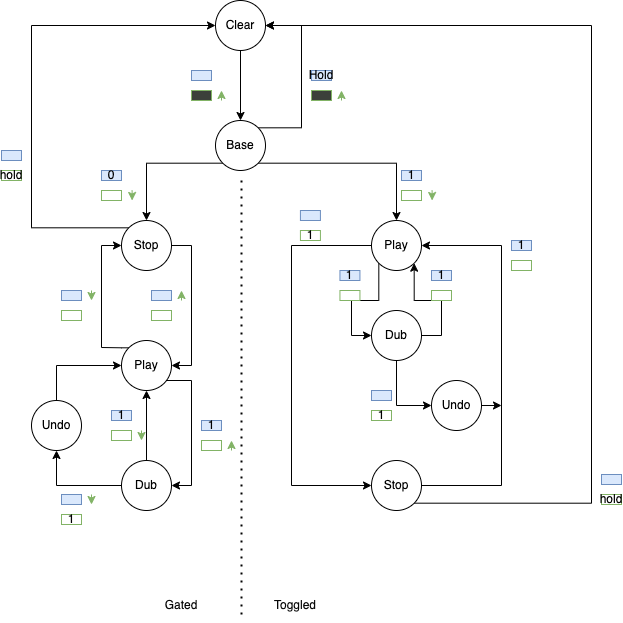
purewack/minim-pd keeps this draw.io diagram as minim_states.drawio.png. Above is the earlier version. Source tidied: cells renumbered, new cells last; positions are measured from the earlier drawing's top-left corner, leaving out a move shared by most shapes.
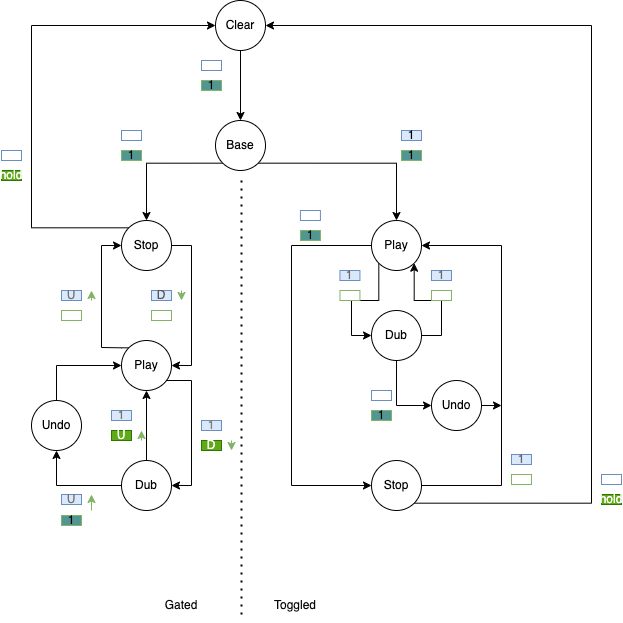
After the commit.

Commit message:
[rc505] update states diagram

Diff of the diagram source:
```diff
@@ -14,14 +14,6 @@
     <mxCell id="5" style="edgeStyle=orthogonalEdgeStyle;rounded=0;jettySize=auto;html=1;exitX=1;exitY=1;exitDx=0;exitDy=0;" parent="1" edge="1" source="7" target="13">
       <mxGeometry relative="1" as="geometry" />
     </mxCell>
-    <mxCell id="6" style="edgeStyle=orthogonalEdgeStyle;rounded=0;jettySize=auto;html=1;exitX=1;exitY=0;exitDx=0;exitDy=0;entryX=1;entryY=0.5;entryDx=0;entryDy=0;fontColor=#080808;" parent="1" edge="1" source="7" target="3">
-      <mxGeometry relative="1" as="geometry">
-        <Array as="points">
-          <mxPoint x="300" y="127" />
-          <mxPoint x="300" y="25" />
-        </Array>
-      </mxGeometry>
-    </mxCell>
     <mxCell id="7" value="Base&lt;br&gt;" style="ellipse;whiteSpace=wrap;html=1;" parent="1" vertex="1">
       <mxGeometry x="214" y="120" width="50" height="50" as="geometry" />
     </mxCell>
@@ -123,61 +115,34 @@
     <mxCell id="25" value="Dub" style="ellipse;whiteSpace=wrap;html=1;" parent="1" vertex="1">
       <mxGeometry x="120" y="460" width="50" height="50" as="geometry" />
     </mxCell>
-    <mxCell id="26" style="rounded=0;whiteSpace=wrap;html=1;fillColor=#dae8fc;strokeColor=#6c8ebf;" parent="1" vertex="1">
-      <mxGeometry x="190" y="70" width="20" height="10" as="geometry" />
+    <mxCell id="26" style="rounded=0;whiteSpace=wrap;html=1;fillColor=none;strokeColor=#6c8ebf;" parent="1" vertex="1">
+      <mxGeometry x="200" y="60" width="20" height="10" as="geometry" />
     </mxCell>
-    <mxCell id="27" style="rounded=0;whiteSpace=wrap;html=1;fillColor=#3B403A;strokeColor=#82b366;" parent="1" vertex="1">
-      <mxGeometry x="190" y="90" width="20" height="10" as="geometry" />
-    </mxCell>
-    <mxCell id="28" style="endArrow=classic;html=1;rounded=0;fillColor=#d5e8d4;strokeColor=#82b366;" parent="1" edge="1">
-      <mxGeometry relative="1" as="geometry">
-        <mxPoint x="220" y="100" as="sourcePoint" />
-        <mxPoint x="220" y="90" as="targetPoint" />
-      </mxGeometry>
-    </mxCell>
-    <mxCell id="29" value="0" style="rounded=0;whiteSpace=wrap;html=1;fillColor=#dae8fc;strokeColor=#6c8ebf;" parent="1" vertex="1">
-      <mxGeometry x="100" y="170" width="20" height="10" as="geometry" />
+    <mxCell id="29" style="rounded=0;whiteSpace=wrap;html=1;fillColor=none;strokeColor=#6c8ebf;" parent="1" vertex="1">
+      <mxGeometry x="120" y="130" width="20" height="10" as="geometry" />
     </mxCell>
-    <mxCell id="30" style="rounded=0;whiteSpace=wrap;html=1;fillColor=none;strokeColor=#82b366;" parent="1" vertex="1">
-      <mxGeometry x="100" y="190" width="20" height="10" as="geometry" />
-    </mxCell>
-    <mxCell id="31" style="endArrow=classic;html=1;rounded=0;fillColor=#d5e8d4;strokeColor=#82b366;" parent="1" edge="1">
-      <mxGeometry relative="1" as="geometry">
-        <mxPoint x="130.6" y="190" as="sourcePoint" />
-        <mxPoint x="130.6" y="200" as="targetPoint" />
-      </mxGeometry>
-    </mxCell>
-    <mxCell id="32" style="rounded=0;whiteSpace=wrap;html=1;fillColor=none;strokeColor=#82b366;" parent="1" vertex="1">
-      <mxGeometry x="400" y="190" width="20" height="10" as="geometry" />
-    </mxCell>
-    <mxCell id="33" style="endArrow=classic;html=1;rounded=0;fillColor=#d5e8d4;strokeColor=#82b366;" parent="1" edge="1">
-      <mxGeometry relative="1" as="geometry">
-        <mxPoint x="430.6" y="190" as="sourcePoint" />
-        <mxPoint x="430.6" y="200" as="targetPoint" />
-      </mxGeometry>
-    </mxCell>
     <mxCell id="34" style="endArrow=classic;html=1;rounded=0;fillColor=#d5e8d4;strokeColor=#82b366;" parent="1" edge="1">
       <mxGeometry relative="1" as="geometry">
-        <mxPoint x="180" y="300" as="sourcePoint" />
-        <mxPoint x="180" y="290" as="targetPoint" />
+        <mxPoint x="180" y="290" as="sourcePoint" />
+        <mxPoint x="180" y="300" as="targetPoint" />
       </mxGeometry>
     </mxCell>
     <mxCell id="35" style="rounded=0;whiteSpace=wrap;html=1;fillColor=none;strokeColor=#82b366;" parent="1" vertex="1">
       <mxGeometry x="150" y="310" width="20" height="10" as="geometry" />
     </mxCell>
-    <mxCell id="36" style="rounded=0;whiteSpace=wrap;html=1;fillColor=#dae8fc;strokeColor=#6c8ebf;" parent="1" vertex="1">
+    <mxCell id="36" value="D" style="rounded=0;whiteSpace=wrap;html=1;fillColor=#dae8fc;strokeColor=#6c8ebf;fontColor=#575757;" parent="1" vertex="1">
       <mxGeometry x="150" y="290" width="20" height="10" as="geometry" />
     </mxCell>
     <mxCell id="37" style="endArrow=classic;html=1;rounded=0;fillColor=#d5e8d4;strokeColor=#82b366;" parent="1" edge="1">
       <mxGeometry relative="1" as="geometry">
-        <mxPoint x="90" y="290" as="sourcePoint" />
-        <mxPoint x="90" y="300" as="targetPoint" />
+        <mxPoint x="90" y="300" as="sourcePoint" />
+        <mxPoint x="90" y="290" as="targetPoint" />
       </mxGeometry>
     </mxCell>
     <mxCell id="38" style="rounded=0;whiteSpace=wrap;html=1;fillColor=none;strokeColor=#82b366;" parent="1" vertex="1">
       <mxGeometry x="60" y="310" width="20" height="10" as="geometry" />
     </mxCell>
-    <mxCell id="39" style="rounded=0;whiteSpace=wrap;html=1;fillColor=#dae8fc;strokeColor=#6c8ebf;" parent="1" vertex="1">
+    <mxCell id="39" value="U" style="rounded=0;whiteSpace=wrap;html=1;fillColor=#dae8fc;strokeColor=#6c8ebf;fontColor=#757575;" parent="1" vertex="1">
       <mxGeometry x="60" y="290" width="20" height="10" as="geometry" />
     </mxCell>
     <mxCell id="40" style="edgeStyle=orthogonalEdgeStyle;rounded=0;jettySize=auto;html=1;exitX=0.5;exitY=0;exitDx=0;exitDy=0;entryX=0;entryY=0.5;entryDx=0;entryDy=0;fontColor=#080808;" parent="1" edge="1" source="41" target="22">
@@ -192,77 +157,62 @@
     </mxCell>
     <mxCell id="42" style="endArrow=classic;html=1;rounded=0;fillColor=#d5e8d4;strokeColor=#82b366;" parent="1" edge="1">
       <mxGeometry relative="1" as="geometry">
-        <mxPoint x="230" y="450" as="sourcePoint" />
-        <mxPoint x="230" y="440" as="targetPoint" />
+        <mxPoint x="230" y="440" as="sourcePoint" />
+        <mxPoint x="230" y="450" as="targetPoint" />
       </mxGeometry>
     </mxCell>
-    <mxCell id="43" style="rounded=0;whiteSpace=wrap;html=1;fillColor=none;strokeColor=#82b366;" parent="1" vertex="1">
+    <mxCell id="43" value="D" style="rounded=0;whiteSpace=wrap;html=1;fillColor=#60a917;strokeColor=#2D7600;fontColor=#ffffff;" parent="1" vertex="1">
       <mxGeometry x="200" y="440" width="20" height="10" as="geometry" />
     </mxCell>
-    <mxCell id="44" value="1" style="rounded=0;whiteSpace=wrap;html=1;fillColor=#dae8fc;strokeColor=#6c8ebf;" parent="1" vertex="1">
+    <mxCell id="44" value="1" style="rounded=0;whiteSpace=wrap;html=1;fillColor=#dae8fc;strokeColor=#6c8ebf;fontColor=#808080;" parent="1" vertex="1">
       <mxGeometry x="200" y="420" width="20" height="10" as="geometry" />
     </mxCell>
     <mxCell id="45" style="endArrow=classic;html=1;rounded=0;fillColor=#d5e8d4;strokeColor=#82b366;" parent="1" edge="1">
       <mxGeometry relative="1" as="geometry">
-        <mxPoint x="140" y="430" as="sourcePoint" />
-        <mxPoint x="140" y="440" as="targetPoint" />
+        <mxPoint x="140" y="440" as="sourcePoint" />
+        <mxPoint x="140" y="430" as="targetPoint" />
       </mxGeometry>
     </mxCell>
-    <mxCell id="46" style="rounded=0;whiteSpace=wrap;html=1;fillColor=none;strokeColor=#82b366;" parent="1" vertex="1">
+    <mxCell id="46" value="U" style="rounded=0;whiteSpace=wrap;html=1;fillColor=#60a917;strokeColor=#2D7600;fontColor=#ffffff;" parent="1" vertex="1">
       <mxGeometry x="110" y="430" width="20" height="10" as="geometry" />
     </mxCell>
-    <mxCell id="47" value="1" style="rounded=0;whiteSpace=wrap;html=1;fillColor=#dae8fc;strokeColor=#6c8ebf;" parent="1" vertex="1">
+    <mxCell id="47" value="&lt;font color=&quot;#737373&quot;&gt;1&lt;/font&gt;" style="rounded=0;whiteSpace=wrap;html=1;fillColor=#dae8fc;strokeColor=#6c8ebf;" parent="1" vertex="1">
       <mxGeometry x="110" y="410" width="20" height="10" as="geometry" />
     </mxCell>
-    <mxCell id="48" value="1" style="rounded=0;whiteSpace=wrap;html=1;fillColor=none;strokeColor=#82b366;" parent="1" vertex="1">
-      <mxGeometry x="60" y="514" width="20" height="10" as="geometry" />
-    </mxCell>
-    <mxCell id="49" style="rounded=0;whiteSpace=wrap;html=1;fillColor=#dae8fc;strokeColor=#6c8ebf;" parent="1" vertex="1">
+    <mxCell id="49" value="U" style="rounded=0;whiteSpace=wrap;html=1;fillColor=#dae8fc;strokeColor=#6c8ebf;fontColor=#737373;" parent="1" vertex="1">
       <mxGeometry x="60" y="494" width="20" height="10" as="geometry" />
     </mxCell>
     <mxCell id="50" style="endArrow=classic;html=1;rounded=0;fillColor=#d5e8d4;strokeColor=#82b366;" parent="1" edge="1">
       <mxGeometry relative="1" as="geometry">
-        <mxPoint x="90" y="494" as="sourcePoint" />
-        <mxPoint x="90" y="504" as="targetPoint" />
+        <mxPoint x="90" y="510" as="sourcePoint" />
+        <mxPoint x="90" y="494" as="targetPoint" />
       </mxGeometry>
     </mxCell>
     <mxCell id="51" value="1" style="rounded=0;whiteSpace=wrap;html=1;fillColor=#dae8fc;strokeColor=#6c8ebf;" parent="1" vertex="1">
-      <mxGeometry x="400" y="170" width="20" height="10" as="geometry" />
+      <mxGeometry x="400" y="130" width="20" height="10" as="geometry" />
     </mxCell>
-    <mxCell id="52" value="Hold" style="rounded=0;whiteSpace=wrap;html=1;fillColor=#dae8fc;strokeColor=#6c8ebf;" parent="1" vertex="1">
-      <mxGeometry x="310" y="70" width="20" height="10" as="geometry" />
-    </mxCell>
-    <mxCell id="53" style="rounded=0;whiteSpace=wrap;html=1;fillColor=#3B403A;strokeColor=#82b366;" parent="1" vertex="1">
-      <mxGeometry x="310" y="90" width="20" height="10" as="geometry" />
-    </mxCell>
-    <mxCell id="54" style="endArrow=classic;html=1;rounded=0;fillColor=#d5e8d4;strokeColor=#82b366;" parent="1" edge="1">
-      <mxGeometry relative="1" as="geometry">
-        <mxPoint x="340" y="100" as="sourcePoint" />
-        <mxPoint x="340" y="90" as="targetPoint" />
-      </mxGeometry>
-    </mxCell>
     <mxCell id="55" style="rounded=0;whiteSpace=wrap;html=1;fillColor=none;strokeColor=#82b366;" parent="1" vertex="1">
       <mxGeometry x="338.4" y="290" width="20" height="10" as="geometry" />
     </mxCell>
-    <mxCell id="56" value="1" style="rounded=0;whiteSpace=wrap;html=1;fillColor=#dae8fc;strokeColor=#6c8ebf;" parent="1" vertex="1">
+    <mxCell id="56" value="1" style="rounded=0;whiteSpace=wrap;html=1;fillColor=#dae8fc;strokeColor=#6c8ebf;fontColor=#696969;" parent="1" vertex="1">
       <mxGeometry x="338.4" y="270" width="20" height="10" as="geometry" />
     </mxCell>
     <mxCell id="57" style="rounded=0;whiteSpace=wrap;html=1;fillColor=none;strokeColor=#82b366;" parent="1" vertex="1">
       <mxGeometry x="430" y="290" width="20" height="10" as="geometry" />
     </mxCell>
-    <mxCell id="58" value="1" style="rounded=0;whiteSpace=wrap;html=1;fillColor=#dae8fc;strokeColor=#6c8ebf;" parent="1" vertex="1">
+    <mxCell id="58" value="1" style="rounded=0;whiteSpace=wrap;html=1;fillColor=#dae8fc;strokeColor=#6c8ebf;fontColor=#696969;" parent="1" vertex="1">
       <mxGeometry x="430" y="270" width="20" height="10" as="geometry" />
     </mxCell>
     <mxCell id="59" style="rounded=0;whiteSpace=wrap;html=1;fillColor=none;strokeColor=#82b366;" parent="1" vertex="1">
-      <mxGeometry x="510" y="260" width="20" height="10" as="geometry" />
+      <mxGeometry x="510" y="474" width="20" height="10" as="geometry" />
     </mxCell>
-    <mxCell id="60" value="1" style="rounded=0;whiteSpace=wrap;html=1;fillColor=#dae8fc;strokeColor=#6c8ebf;" parent="1" vertex="1">
-      <mxGeometry x="510" y="240" width="20" height="10" as="geometry" />
+    <mxCell id="60" value="1" style="rounded=0;whiteSpace=wrap;html=1;fillColor=#dae8fc;strokeColor=#6c8ebf;fontColor=#666666;" parent="1" vertex="1">
+      <mxGeometry x="510" y="454" width="20" height="10" as="geometry" />
     </mxCell>
-    <mxCell id="61" value="1" style="rounded=0;whiteSpace=wrap;html=1;fillColor=none;strokeColor=#82b366;" parent="1" vertex="1">
+    <mxCell id="61" value="1" style="rounded=0;whiteSpace=wrap;html=1;fillColor=#529693;strokeColor=#82b366;" parent="1" vertex="1">
       <mxGeometry x="298.9" y="230" width="20" height="10" as="geometry" />
     </mxCell>
-    <mxCell id="62" style="rounded=0;whiteSpace=wrap;html=1;fillColor=#dae8fc;strokeColor=#6c8ebf;" parent="1" vertex="1">
+    <mxCell id="62" style="rounded=0;whiteSpace=wrap;html=1;fillColor=none;strokeColor=#6c8ebf;" parent="1" vertex="1">
       <mxGeometry x="298.9" y="210" width="20" height="10" as="geometry" />
     </mxCell>
     <mxCell id="63" style="edgeStyle=orthogonalEdgeStyle;rounded=0;jettySize=auto;html=1;exitX=1;exitY=0.5;exitDx=0;exitDy=0;fontColor=#080808;" parent="1" edge="1" source="64">
@@ -273,22 +223,19 @@
     <mxCell id="64" value="Undo" style="ellipse;whiteSpace=wrap;html=1;" parent="1" vertex="1">
       <mxGeometry x="430" y="380" width="50" height="50" as="geometry" />
     </mxCell>
-    <mxCell id="65" value="1" style="rounded=0;whiteSpace=wrap;html=1;fillColor=none;strokeColor=#82b366;" parent="1" vertex="1">
-      <mxGeometry x="370" y="410" width="20" height="10" as="geometry" />
-    </mxCell>
-    <mxCell id="66" style="rounded=0;whiteSpace=wrap;html=1;fillColor=#dae8fc;strokeColor=#6c8ebf;" parent="1" vertex="1">
+    <mxCell id="66" style="rounded=0;whiteSpace=wrap;html=1;fillColor=none;strokeColor=#6c8ebf;" parent="1" vertex="1">
       <mxGeometry x="370" y="390" width="20" height="10" as="geometry" />
     </mxCell>
-    <mxCell id="67" style="rounded=0;whiteSpace=wrap;html=1;fillColor=#dae8fc;strokeColor=#6c8ebf;" parent="1" vertex="1">
+    <mxCell id="67" style="rounded=0;whiteSpace=wrap;html=1;fillColor=none;strokeColor=#6c8ebf;" parent="1" vertex="1">
       <mxGeometry y="150" width="20" height="10" as="geometry" />
     </mxCell>
-    <mxCell id="68" value="hold" style="rounded=0;whiteSpace=wrap;html=1;fillColor=none;strokeColor=#82b366;" parent="1" vertex="1">
+    <mxCell id="68" value="hold" style="rounded=0;whiteSpace=wrap;html=1;fillColor=#60a917;strokeColor=#2D7600;fontColor=#ffffff;" parent="1" vertex="1">
       <mxGeometry y="170" width="20" height="10" as="geometry" />
     </mxCell>
-    <mxCell id="69" style="rounded=0;whiteSpace=wrap;html=1;fillColor=#dae8fc;strokeColor=#6c8ebf;" parent="1" vertex="1">
+    <mxCell id="69" style="rounded=0;whiteSpace=wrap;html=1;fillColor=none;strokeColor=#6c8ebf;" parent="1" vertex="1">
       <mxGeometry x="600" y="474" width="20" height="10" as="geometry" />
     </mxCell>
-    <mxCell id="70" value="hold" style="rounded=0;whiteSpace=wrap;html=1;fillColor=none;strokeColor=#82b366;" parent="1" vertex="1">
+    <mxCell id="70" value="hold" style="rounded=0;whiteSpace=wrap;html=1;fillColor=#60a917;strokeColor=#2D7600;fontColor=#ffffff;" parent="1" vertex="1">
       <mxGeometry x="600" y="494" width="20" height="10" as="geometry" />
     </mxCell>
     <mxCell id="71" style="endArrow=none;dashed=1;html=1;dashPattern=1 3;strokeWidth=2;rounded=0;fontColor=#080808;" parent="1" edge="1">
@@ -303,5 +250,20 @@
     <mxCell id="73" value="Toggled" style="text;html=1;strokeColor=none;fillColor=none;align=center;verticalAlign=middle;whiteSpace=wrap;rounded=0;fontColor=#080808;" parent="1" vertex="1">
       <mxGeometry x="264" y="590" width="60" height="30" as="geometry" />
     </mxCell>
+    <mxCell id="74" value="1" style="rounded=0;whiteSpace=wrap;html=1;fillColor=#529693;strokeColor=#82b366;" parent="1" vertex="1">
+      <mxGeometry x="120" y="150" width="20" height="10" as="geometry" />
+    </mxCell>
+    <mxCell id="75" value="1" style="rounded=0;whiteSpace=wrap;html=1;fillColor=#529693;strokeColor=#82b366;" parent="1" vertex="1">
+      <mxGeometry x="200" y="80" width="20" height="10" as="geometry" />
+    </mxCell>
+    <mxCell id="76" value="1" style="rounded=0;whiteSpace=wrap;html=1;fillColor=#529693;strokeColor=#82b366;" parent="1" vertex="1">
+      <mxGeometry x="400" y="150" width="20" height="10" as="geometry" />
+    </mxCell>
+    <mxCell id="77" value="1" style="rounded=0;whiteSpace=wrap;html=1;fillColor=#529693;strokeColor=#82b366;" parent="1" vertex="1">
+      <mxGeometry x="370" y="410" width="20" height="10" as="geometry" />
+    </mxCell>
+    <mxCell id="78" value="1" style="rounded=0;whiteSpace=wrap;html=1;fillColor=#529693;strokeColor=#82b366;" parent="1" vertex="1">
+      <mxGeometry x="60" y="515" width="20" height="10" as="geometry" />
+    </mxCell>
   </root>
 </mxGraphModel>
```
